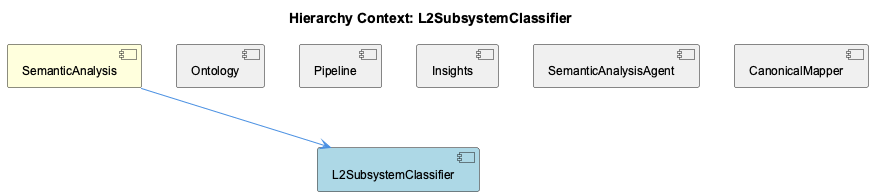
Above: knowledge-management/insights/images/l2-subsystem-classifier-relationship.png in fwornle/coding (PlantUML), before the change.
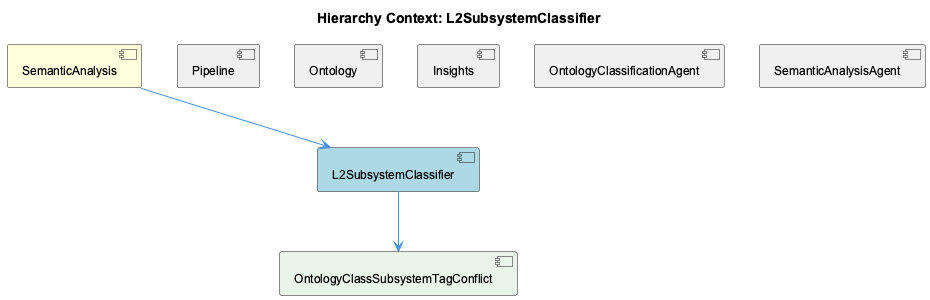
Above is the later version.

Diff of the diagram source:
```diff
@@ -5,17 +5,19 @@
 
 [SemanticAnalysis] as semantic_analysis #FFFFDD
 [L2SubsystemClassifier] as l2_subsystem_classifier #LightBlue
+[Pipeline] as pipeline #F0F0F0
 [Ontology] as ontology #F0F0F0
-[Pipeline] as pipeline #F0F0F0
 [Insights] as insights #F0F0F0
+[OntologyClassificationAgent] as ontology_classification_agent #F0F0F0
 [SemanticAnalysisAgent] as semantic_analysis_agent #F0F0F0
-[CanonicalMapper] as canonical_mapper #F0F0F0
+[OntologyClassSubsystemTagConflict] as ontology_class_subsystem_tag_conflict #E8F5E8
 
 semantic_analysis --> l2_subsystem_classifier
+pipeline -[hidden]- l2_subsystem_classifier
 ontology -[hidden]- l2_subsystem_classifier
-pipeline -[hidden]- l2_subsystem_classifier
 insights -[hidden]- l2_subsystem_classifier
+ontology_classification_agent -[hidden]- l2_subsystem_classifier
 semantic_analysis_agent -[hidden]- l2_subsystem_classifier
-canonical_mapper -[hidden]- l2_subsystem_classifier
+l2_subsystem_classifier --> ontology_class_subsystem_tag_conflict
 
 @enduml
```
